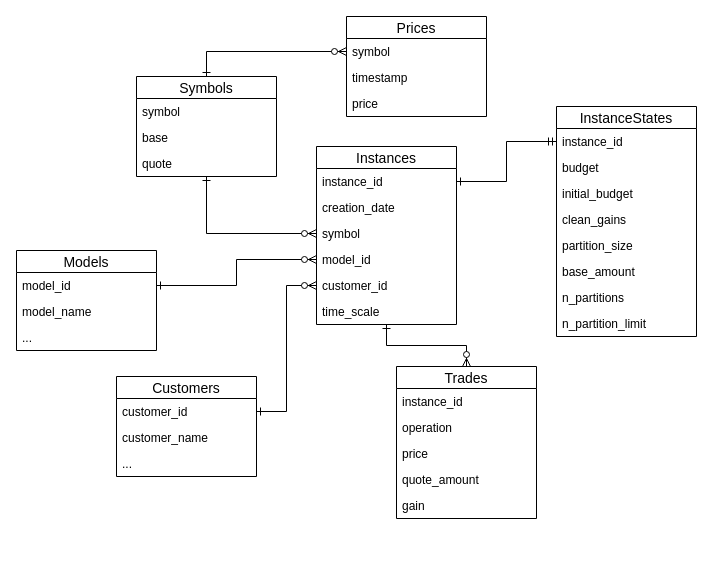
ruiz-salvat/morfeo keeps this draw.io diagram as Docs/EDRDiagram.drawio. Above is the earlier version. Source tidied: cells renumbered, new cells numbered last; positions are measured from the earlier drawing's top-left corner, leaving out a move shared by most shapes. Both pictures are drawn from the tidied source at 100%, with x=0, y=0 at pixel (16, 16).
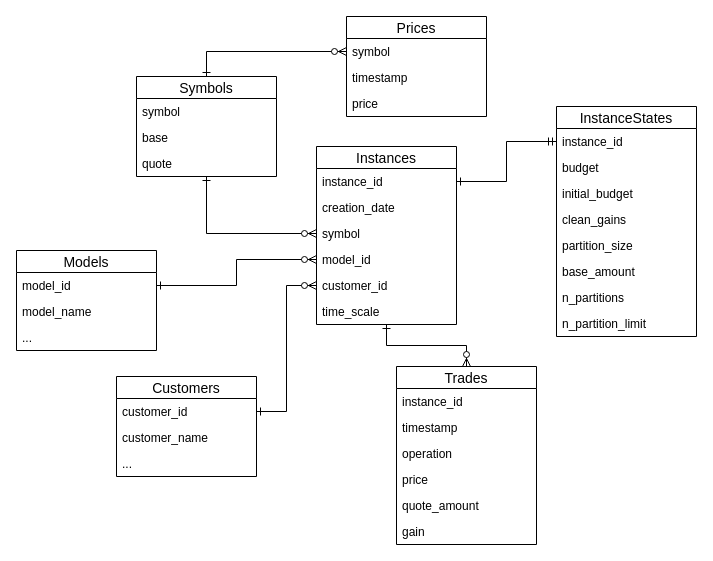
Above is the later version.

Diff of the diagram source:
```diff
@@
     <mxCell id="28" value="Trades" style="swimlane;fontStyle=0;horizontal=1;startSize=22;align=center;fontSize=14;" parent="1" vertex="1">
-      <mxGeometry x="380" y="350" width="140" height="152" as="geometry" />
+      <mxGeometry x="380" y="350" width="140" height="178" as="geometry" />
     </mxCell>
@@
+    <mxCell id="46" value="timestamp" style="text;strokeColor=none;fillColor=none;spacingLeft=4;spacingRight=4;overflow=hidden;fontSize=12;" parent="28" vertex="1">
+      <mxGeometry y="48" width="140" height="26" as="geometry" />
+    </mxCell>
     <mxCell id="30" value="operation" style="text;strokeColor=none;fillColor=none;spacingLeft=4;spacingRight=4;overflow=hidden;fontSize=12;" parent="28" vertex="1">
-      <mxGeometry y="48" width="140" height="26" as="geometry" />
+      <mxGeometry y="74" width="140" height="26" as="geometry" />
     </mxCell>
     <mxCell id="31" value="price" style="text;strokeColor=none;fillColor=none;spacingLeft=4;spacingRight=4;overflow=hidden;fontSize=12;" parent="28" vertex="1">
-      <mxGeometry y="74" width="140" height="26" as="geometry" />
+      <mxGeometry y="100" width="140" height="26" as="geometry" />
     </mxCell>
     <mxCell id="32" value="quote_amount" style="text;strokeColor=none;fillColor=none;spacingLeft=4;spacingRight=4;overflow=hidden;fontSize=12;" parent="28" vertex="1">
-      <mxGeometry y="100" width="140" height="26" as="geometry" />
+      <mxGeometry y="126" width="140" height="26" as="geometry" />
     </mxCell>
     <mxCell id="33" value="gain" style="text;strokeColor=none;fillColor=none;spacingLeft=4;spacingRight=4;overflow=hidden;fontSize=12;" parent="28" vertex="1">
-      <mxGeometry y="126" width="140" height="26" as="geometry" />
+      <mxGeometry y="152" width="140" height="26" as="geometry" />
     </mxCell>
```
